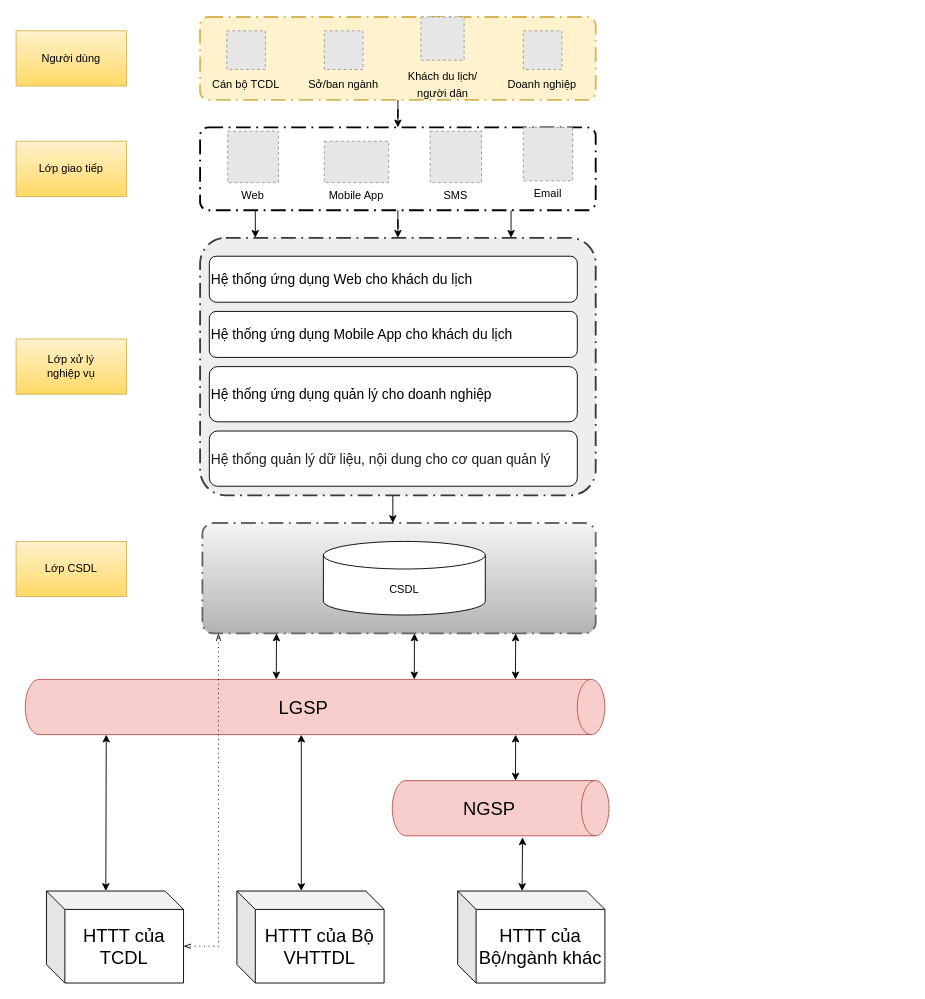
This is page "DU_LICH_THONG_MINH" (4 of 5) of tcdl.drawio from letheanh12345/Draw-io, a draw.io file, before an edit. Source tidied: cells renumbered, new cells numbered last; positions are measured from the earlier drawing's top-left corner, leaving out a move shared by most shapes. Both pictures are drawn from the tidied source at 92%, with x=0, y=0 at pixel (16, 17). Pictures stored in the file or linked from it are replaced by grey dashed boxes.
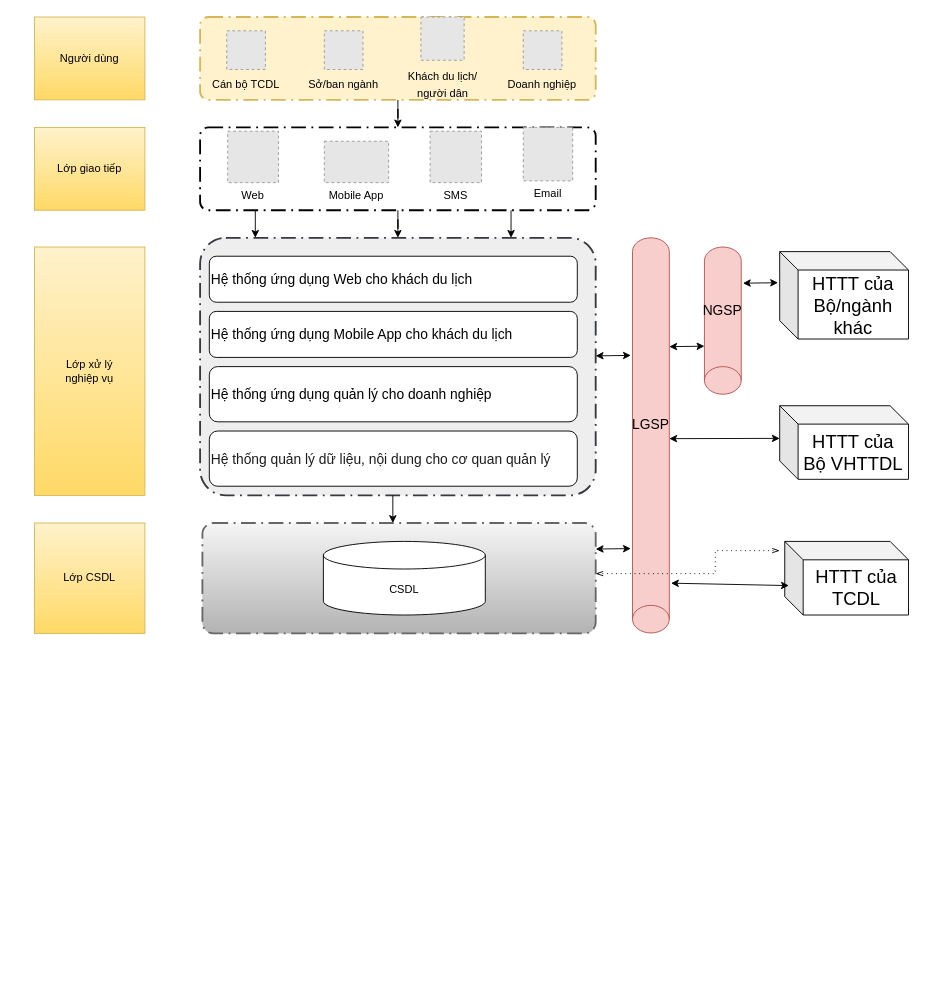
Above is the later version.

What changed in the source:
```diff
@@
     <mxCell id="14" value="Người dùng" style="rounded=0;whiteSpace=wrap;html=1;fillColor=#fff2cc;gradientColor=#ffd966;strokeColor=#d6b656;" parent="1" vertex="1">
-      <mxGeometry y="15" width="120" height="60" as="geometry" />
+      <mxGeometry x="20" width="120" height="90" as="geometry" />
     </mxCell>
     <mxCell id="15" value="Lớp giao tiếp" style="rounded=0;whiteSpace=wrap;html=1;fillColor=#fff2cc;gradientColor=#ffd966;strokeColor=#d6b656;" parent="1" vertex="1">
-      <mxGeometry y="135" width="120" height="60" as="geometry" />
+      <mxGeometry x="20" y="120" width="120" height="90" as="geometry" />
     </mxCell>
     <mxCell id="16" value="Lớp xử lý &lt;br&gt;nghiệp vụ" style="rounded=0;whiteSpace=wrap;html=1;fillColor=#fff2cc;gradientColor=#ffd966;strokeColor=#d6b656;" parent="1" vertex="1">
-      <mxGeometry y="350" width="120" height="60" as="geometry" />
+      <mxGeometry x="20" y="250" width="120" height="270" as="geometry" />
     </mxCell>
     <mxCell id="17" value="Lớp CSDL" style="rounded=0;whiteSpace=wrap;html=1;fillColor=#fff2cc;gradientColor=#ffd966;strokeColor=#d6b656;" parent="1" vertex="1">
-      <mxGeometry y="570" width="120" height="60" as="geometry" />
+      <mxGeometry x="20" y="550" width="120" height="120" as="geometry" />
     </mxCell>
@@
+    <mxCell id="41" value="&lt;font style=&quot;font-size: 12px;&quot;&gt;Cán bộ TCDL&lt;/font&gt;" style="text;html=1;strokeColor=none;fillColor=none;align=center;verticalAlign=middle;whiteSpace=wrap;rounded=0;fontSize=15;" parent="1" vertex="1">
+      <mxGeometry x="203.8" y="57" width="92.4" height="30" as="geometry" />
+    </mxCell>
+    <mxCell id="42" value="&lt;font style=&quot;font-size: 12px;&quot;&gt;Sở/ban ngành&lt;/font&gt;" style="text;html=1;strokeColor=none;fillColor=none;align=center;verticalAlign=middle;whiteSpace=wrap;rounded=0;fontSize=15;" parent="1" vertex="1">
+      <mxGeometry x="313" y="57" width="86" height="30" as="geometry" />
+    </mxCell>
+    <mxCell id="43" value="&lt;font style=&quot;font-size: 12px;&quot;&gt;Khách du lịch/ người dân&lt;/font&gt;" style="text;html=1;strokeColor=none;fillColor=none;align=center;verticalAlign=middle;whiteSpace=wrap;rounded=0;fontSize=15;" parent="1" vertex="1">
+      <mxGeometry x="413.5" y="57" width="100" height="30" as="geometry" />
+    </mxCell>
+    <mxCell id="44" value="&lt;font style=&quot;font-size: 12px;&quot;&gt;Doanh nghiệp&lt;/font&gt;" style="text;html=1;strokeColor=none;fillColor=none;align=center;verticalAlign=middle;whiteSpace=wrap;rounded=0;fontSize=15;" parent="1" vertex="1">
+      <mxGeometry x="527.3" y="57" width="90" height="30" as="geometry" />
+    </mxCell>
-    <mxCell id="28" value="&lt;font style=&quot;font-size: 20px;&quot;&gt;LGSP&lt;/font&gt;" style="shape=cylinder3;whiteSpace=wrap;html=1;boundedLbl=1;backgroundOutline=1;size=15;direction=south;fillColor=#f8cecc;strokeColor=#b85450;" parent="1" vertex="1">
-      <mxGeometry x="10" y="720" width="630" height="60" as="geometry" />
+    <mxCell id="28" value="&lt;font style=&quot;font-size: 15px;&quot;&gt;LGSP&lt;/font&gt;" style="shape=cylinder3;whiteSpace=wrap;html=1;boundedLbl=1;backgroundOutline=1;size=15;direction=west;fillColor=#f8cecc;strokeColor=#b85450;" parent="1" vertex="1">
+      <mxGeometry x="670" y="240" width="40" height="429.5" as="geometry" />
     </mxCell>
     <mxCell id="29" value="HTTT của TCDL" style="shape=cube;whiteSpace=wrap;html=1;boundedLbl=1;backgroundOutline=1;darkOpacity=0.05;darkOpacity2=0.1;fontSize=20;" parent="1" vertex="1">
-      <mxGeometry x="33" y="950" width="149" height="100" as="geometry" />
+      <mxGeometry x="835.5" y="570" width="134.5" height="80" as="geometry" />
     </mxCell>
     <mxCell id="30" value="HTTT của Bộ VHTTDL" style="shape=cube;whiteSpace=wrap;html=1;boundedLbl=1;backgroundOutline=1;darkOpacity=0.05;darkOpacity2=0.1;fontSize=20;" parent="1" vertex="1">
-      <mxGeometry x="240" y="950" width="160" height="100" as="geometry" />
+      <mxGeometry x="830" y="422.5" width="140" height="80" as="geometry" />
     </mxCell>
     <mxCell id="31" value="HTTT của Bộ/ngành khác" style="shape=cube;whiteSpace=wrap;html=1;boundedLbl=1;backgroundOutline=1;darkOpacity=0.05;darkOpacity2=0.1;fontSize=20;" parent="1" vertex="1">
-      <mxGeometry x="480" y="950" width="160" height="100" as="geometry" />
+      <mxGeometry x="830" y="255" width="140" height="95" as="geometry" />
     </mxCell>
-    <mxCell id="32" value="&lt;font style=&quot;font-size: 20px;&quot;&gt;NGSP&lt;/font&gt;" style="shape=cylinder3;whiteSpace=wrap;html=1;boundedLbl=1;backgroundOutline=1;size=15;direction=south;fillColor=#f8cecc;strokeColor=#b85450;" parent="1" vertex="1">
-      <mxGeometry x="408.9" y="830" width="235.6" height="60" as="geometry" />
+    <mxCell id="32" value="&lt;font style=&quot;font-size: 15px;&quot;&gt;NGSP&lt;/font&gt;" style="shape=cylinder3;whiteSpace=wrap;html=1;boundedLbl=1;backgroundOutline=1;size=15;direction=west;fillColor=#f8cecc;strokeColor=#b85450;" parent="1" vertex="1">
+      <mxGeometry x="748.2" y="250" width="40" height="160" as="geometry" />
     </mxCell>
-    <mxCell id="33" style="endArrow=classic;startArrow=classic;html=1;rounded=0;fontSize=20;exitX=0.167;exitY=0.78;exitDx=0;exitDy=0;exitPerimeter=0;" parent="1" edge="1">
-      <mxGeometry relative="1" as="geometry">
-        <mxPoint x="282.8" y="720" as="sourcePoint" />
-        <mxPoint x="283" y="670" as="targetPoint" />
-      </mxGeometry>
-    </mxCell>
-    <mxCell id="34" style="endArrow=classic;startArrow=classic;html=1;rounded=0;fontSize=20;exitX=0.167;exitY=0.78;exitDx=0;exitDy=0;exitPerimeter=0;" parent="1" edge="1">
-      <mxGeometry relative="1" as="geometry">
-        <mxPoint x="432.8" y="720" as="sourcePoint" />
-        <mxPoint x="433" y="670" as="targetPoint" />
-      </mxGeometry>
-    </mxCell>
-    <mxCell id="35" style="endArrow=classic;startArrow=classic;html=1;rounded=0;fontSize=20;exitX=0.167;exitY=0.78;exitDx=0;exitDy=0;exitPerimeter=0;" parent="1" edge="1">
-      <mxGeometry relative="1" as="geometry">
-        <mxPoint x="542.8" y="720" as="sourcePoint" />
-        <mxPoint x="543" y="670" as="targetPoint" />
-      </mxGeometry>
-    </mxCell>
-    <mxCell id="36" style="endArrow=classic;startArrow=classic;html=1;rounded=0;fontSize=20;exitX=0.167;exitY=0.78;exitDx=0;exitDy=0;exitPerimeter=0;" parent="1" edge="1">
-      <mxGeometry relative="1" as="geometry">
-        <mxPoint x="542.8" y="830" as="sourcePoint" />
-        <mxPoint x="543" y="780" as="targetPoint" />
-      </mxGeometry>
-    </mxCell>
-    <mxCell id="37" style="endArrow=classic;startArrow=classic;html=1;rounded=0;fontSize=20;exitX=0;exitY=0;exitDx=70;exitDy=0;exitPerimeter=0;entryX=1.028;entryY=0.399;entryDx=0;entryDy=0;entryPerimeter=0;" parent="1" edge="1" source="31" target="32">
-      <mxGeometry relative="1" as="geometry" />
-    </mxCell>
-    <mxCell id="38" style="endArrow=classic;startArrow=classic;html=1;rounded=0;fontSize=20;exitX=0;exitY=0;exitDx=64.5;exitDy=0;exitPerimeter=0;" parent="1" edge="1" source="29">
-      <mxGeometry relative="1" as="geometry">
-        <mxPoint x="98" y="780" as="targetPoint" />
-      </mxGeometry>
-    </mxCell>
-    <mxCell id="39" style="endArrow=classic;startArrow=classic;html=1;rounded=0;fontSize=20;exitX=0;exitY=0;exitDx=70;exitDy=0;exitPerimeter=0;" parent="1" edge="1" source="30">
-      <mxGeometry relative="1" as="geometry">
-        <mxPoint x="310" y="780" as="targetPoint" />
-      </mxGeometry>
-    </mxCell>
-    <mxCell id="40" style="edgeStyle=elbowEdgeStyle;fontSize=12;html=1;endFill=0;startFill=0;endSize=6;startSize=6;dashed=1;dashPattern=1 4;endArrow=openThin;startArrow=openThin;rounded=0;exitX=0;exitY=0;exitDx=149;exitDy=60;exitPerimeter=0;entryX=0.125;entryY=1;entryDx=0;entryDy=0;entryPerimeter=0;" parent="1" edge="1" source="29">
-      <mxGeometry relative="1" as="geometry">
-        <mxPoint x="220" y="670" as="targetPoint" />
-        <Array as="points">
-          <mxPoint x="220" y="790" />
-          <mxPoint x="150" y="940" />
-        </Array>
-      </mxGeometry>
-    </mxCell>
-    <mxCell id="41" value="&lt;font style=&quot;font-size: 12px;&quot;&gt;Cán bộ TCDL&lt;/font&gt;" style="text;html=1;strokeColor=none;fillColor=none;align=center;verticalAlign=middle;whiteSpace=wrap;rounded=0;fontSize=15;" parent="1" vertex="1">
-      <mxGeometry x="203.8" y="57" width="92.4" height="30" as="geometry" />
-    </mxCell>
-    <mxCell id="42" value="&lt;font style=&quot;font-size: 12px;&quot;&gt;Sở/ban ngành&lt;/font&gt;" style="text;html=1;strokeColor=none;fillColor=none;align=center;verticalAlign=middle;whiteSpace=wrap;rounded=0;fontSize=15;" parent="1" vertex="1">
-      <mxGeometry x="313" y="57" width="86" height="30" as="geometry" />
-    </mxCell>
-    <mxCell id="43" value="&lt;font style=&quot;font-size: 12px;&quot;&gt;Khách du lịch/ người dân&lt;/font&gt;" style="text;html=1;strokeColor=none;fillColor=none;align=center;verticalAlign=middle;whiteSpace=wrap;rounded=0;fontSize=15;" parent="1" vertex="1">
-      <mxGeometry x="413.5" y="57" width="100" height="30" as="geometry" />
-    </mxCell>
-    <mxCell id="44" value="&lt;font style=&quot;font-size: 12px;&quot;&gt;Doanh nghiệp&lt;/font&gt;" style="text;html=1;strokeColor=none;fillColor=none;align=center;verticalAlign=middle;whiteSpace=wrap;rounded=0;fontSize=15;" parent="1" vertex="1">
-      <mxGeometry x="527.3" y="57" width="90" height="30" as="geometry" />
-    </mxCell>
+    <mxCell id="45" style="endArrow=classic;startArrow=classic;html=1;rounded=0;fontSize=20;exitX=-0.046;exitY=0.204;exitDx=0;exitDy=0;exitPerimeter=0;entryX=1;entryY=0.5;entryDx=0;entryDy=0;entryPerimeter=0;" parent="1" edge="1">
+      <mxGeometry relative="1" as="geometry">
+        <mxPoint x="710" y="358.3" as="sourcePoint" />
+        <mxPoint x="748.2" y="357.8" as="targetPoint" />
+      </mxGeometry>
+    </mxCell>
+    <mxCell id="46" style="endArrow=classic;startArrow=classic;html=1;rounded=0;fontSize=20;exitX=-0.046;exitY=0.204;exitDx=0;exitDy=0;exitPerimeter=0;entryX=1;entryY=0.5;entryDx=0;entryDy=0;entryPerimeter=0;" parent="1" edge="1">
+      <mxGeometry relative="1" as="geometry">
+        <mxPoint x="790" y="289.3" as="sourcePoint" />
+        <mxPoint x="828.2" y="288.8" as="targetPoint" />
+      </mxGeometry>
+    </mxCell>
+    <mxCell id="47" style="endArrow=classic;startArrow=classic;html=1;rounded=0;fontSize=20;exitX=-0.046;exitY=0.204;exitDx=0;exitDy=0;exitPerimeter=0;" parent="1" edge="1">
+      <mxGeometry relative="1" as="geometry">
+        <mxPoint x="710" y="458.3" as="sourcePoint" />
+        <mxPoint x="830" y="458" as="targetPoint" />
+      </mxGeometry>
+    </mxCell>
+    <mxCell id="48" style="endArrow=classic;startArrow=classic;html=1;rounded=0;fontSize=20;exitX=-0.046;exitY=0.126;exitDx=0;exitDy=0;exitPerimeter=0;entryX=0.033;entryY=0.6;entryDx=0;entryDy=0;entryPerimeter=0;" parent="1" edge="1" source="28" target="29">
+      <mxGeometry relative="1" as="geometry" />
+    </mxCell>
+    <mxCell id="49" style="edgeStyle=elbowEdgeStyle;fontSize=12;html=1;endFill=0;startFill=0;endSize=6;startSize=6;dashed=1;dashPattern=1 4;endArrow=openThin;startArrow=openThin;rounded=0;exitX=1;exitY=0.5;exitDx=0;exitDy=0;exitPerimeter=0;" parent="1" edge="1">
+      <mxGeometry relative="1" as="geometry">
+        <mxPoint x="630" y="605" as="sourcePoint" />
+        <mxPoint x="830" y="580" as="targetPoint" />
+        <Array as="points">
+          <mxPoint x="760" y="590" />
+          <mxPoint x="658" y="880" />
+        </Array>
+      </mxGeometry>
+    </mxCell>
+    <mxCell id="50" style="endArrow=classic;startArrow=classic;html=1;rounded=0;fontSize=20;exitX=-0.046;exitY=0.204;exitDx=0;exitDy=0;exitPerimeter=0;entryX=1;entryY=0.5;entryDx=0;entryDy=0;entryPerimeter=0;" parent="1" edge="1">
+      <mxGeometry relative="1" as="geometry">
+        <mxPoint x="630" y="368.3" as="sourcePoint" />
+        <mxPoint x="668.2" y="367.8" as="targetPoint" />
+      </mxGeometry>
+    </mxCell>
+    <mxCell id="51" style="endArrow=classic;startArrow=classic;html=1;rounded=0;fontSize=20;exitX=-0.046;exitY=0.204;exitDx=0;exitDy=0;exitPerimeter=0;entryX=1;entryY=0.5;entryDx=0;entryDy=0;entryPerimeter=0;" parent="1" edge="1">
+      <mxGeometry relative="1" as="geometry">
+        <mxPoint x="630" y="578.3" as="sourcePoint" />
+        <mxPoint x="668.2" y="577.8" as="targetPoint" />
+      </mxGeometry>
+    </mxCell>
```
